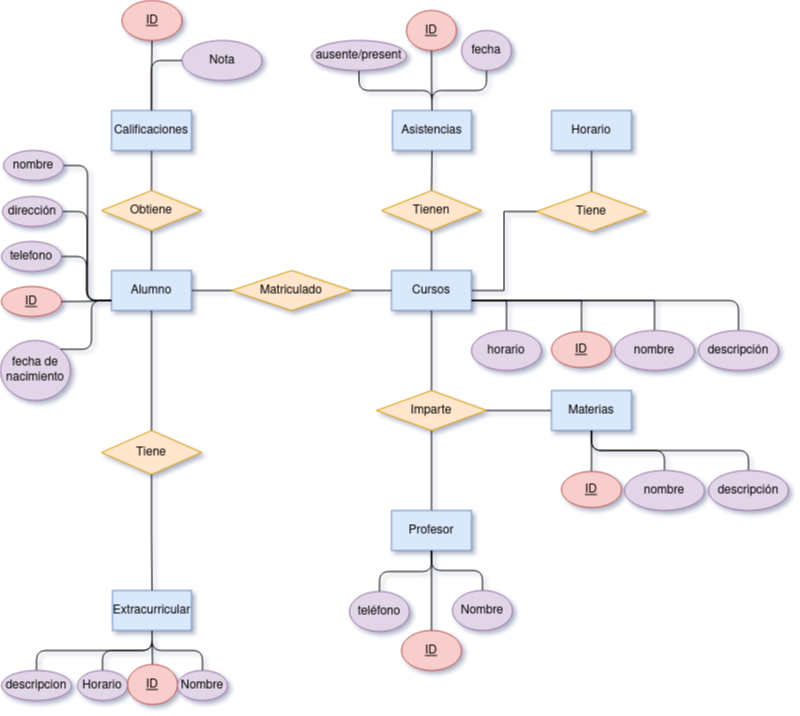
This is Unidad-1/Tareas/Tarea_evaluable1/tareaentregable.drawio.png from toninavhd/Base-datos, a draw.io export, as it was before one commit. Source tidied: cells renumbered, new cells last; positions are measured from the earlier drawing's top-left corner, leaving out a move shared by most shapes. The source it was exported from:
```xml
<mxGraphModel shadow="1">
  <root>
    <mxCell id="0" />
    <mxCell id="1" parent="0" />
    <mxCell id="2" style="edgeStyle=orthogonalEdgeStyle;rounded=0;jettySize=auto;html=1;exitX=1;exitY=0.5;exitDx=0;exitDy=0;entryX=0;entryY=0.5;entryDx=0;entryDy=0;endArrow=none;endFill=0;" parent="1" edge="1" source="3" target="8">
      <mxGeometry relative="1" as="geometry" />
    </mxCell>
    <mxCell id="3" value="Alumno" style="whiteSpace=wrap;html=1;fillColor=#dae8fc;strokeColor=#6c8ebf;" parent="1" vertex="1">
      <mxGeometry x="111" y="270" width="80" height="40" as="geometry" />
    </mxCell>
    <mxCell id="4" style="edgeStyle=orthogonalEdgeStyle;rounded=0;jettySize=auto;html=1;exitX=1;exitY=0.5;exitDx=0;exitDy=0;entryX=0;entryY=0.5;entryDx=0;entryDy=0;endArrow=none;endFill=0;" parent="1" edge="1" source="6" target="24">
      <mxGeometry relative="1" as="geometry" />
    </mxCell>
    <mxCell id="5" style="edgeStyle=orthogonalEdgeStyle;rounded=0;jettySize=auto;html=1;exitX=1;exitY=0.75;exitDx=0;exitDy=0;entryX=0.5;entryY=0;entryDx=0;entryDy=0;endArrow=none;endFill=0;" parent="1" edge="1" source="6" target="53">
      <mxGeometry relative="1" as="geometry" />
    </mxCell>
    <mxCell id="6" value="Cursos" style="whiteSpace=wrap;html=1;fillColor=#dae8fc;strokeColor=#6c8ebf;" parent="1" vertex="1">
      <mxGeometry x="391" y="270" width="80" height="40" as="geometry" />
    </mxCell>
    <mxCell id="7" style="edgeStyle=orthogonalEdgeStyle;rounded=0;jettySize=auto;html=1;exitX=1;exitY=0.5;exitDx=0;exitDy=0;entryX=0;entryY=0.5;entryDx=0;entryDy=0;endArrow=none;endFill=0;" parent="1" edge="1" source="8" target="6">
      <mxGeometry relative="1" as="geometry" />
    </mxCell>
    <mxCell id="8" value="Matriculado" style="rhombus;whiteSpace=wrap;html=1;fillColor=#ffe6cc;strokeColor=#d79b00;" parent="1" vertex="1">
      <mxGeometry x="231" y="270" width="120" height="40" as="geometry" />
    </mxCell>
    <mxCell id="9" style="edgeStyle=orthogonalEdgeStyle;rounded=0;jettySize=auto;html=1;exitX=0.5;exitY=0;exitDx=0;exitDy=0;entryX=0.5;entryY=1;entryDx=0;entryDy=0;endArrow=none;endFill=0;" parent="1" edge="1" source="11" target="13">
      <mxGeometry relative="1" as="geometry" />
    </mxCell>
    <mxCell id="10" style="edgeStyle=orthogonalEdgeStyle;rounded=0;jettySize=auto;html=1;exitX=0.5;exitY=1;exitDx=0;exitDy=0;entryX=0.5;entryY=0;entryDx=0;entryDy=0;endArrow=none;endFill=0;" parent="1" edge="1" source="11" target="33">
      <mxGeometry relative="1" as="geometry" />
    </mxCell>
    <mxCell id="11" value="Profesor" style="whiteSpace=wrap;html=1;fillColor=#dae8fc;strokeColor=#6c8ebf;" parent="1" vertex="1">
      <mxGeometry x="391" y="510" width="80" height="40" as="geometry" />
    </mxCell>
    <mxCell id="12" style="edgeStyle=orthogonalEdgeStyle;rounded=0;jettySize=auto;html=1;exitX=0.5;exitY=0;exitDx=0;exitDy=0;endArrow=none;endFill=0;" parent="1" edge="1" source="13" target="6">
      <mxGeometry relative="1" as="geometry" />
    </mxCell>
    <mxCell id="13" value="Imparte" style="rhombus;whiteSpace=wrap;html=1;fillColor=#ffe6cc;strokeColor=#d79b00;" parent="1" vertex="1">
      <mxGeometry x="376" y="390" width="110" height="40" as="geometry" />
    </mxCell>
    <mxCell id="14" style="edgeStyle=orthogonalEdgeStyle;rounded=0;jettySize=auto;html=1;exitX=0;exitY=0.5;exitDx=0;exitDy=0;entryX=1;entryY=0.5;entryDx=0;entryDy=0;endArrow=none;endFill=0;" parent="1" edge="1" source="15" target="13">
      <mxGeometry relative="1" as="geometry" />
    </mxCell>
    <mxCell id="15" value="Materias" style="whiteSpace=wrap;html=1;fillColor=#dae8fc;strokeColor=#6c8ebf;" parent="1" vertex="1">
      <mxGeometry x="551" y="390" width="80" height="40" as="geometry" />
    </mxCell>
    <mxCell id="16" style="edgeStyle=orthogonalEdgeStyle;rounded=1;jettySize=auto;html=1;exitX=1;exitY=0.5;exitDx=0;exitDy=0;endArrow=none;endFill=0;" parent="1" edge="1" source="17">
      <mxGeometry relative="1" as="geometry">
        <mxPoint x="111" y="300" as="targetPoint" />
      </mxGeometry>
    </mxCell>
    <mxCell id="17" value="&lt;u&gt;ID&lt;/u&gt;" style="ellipse;whiteSpace=wrap;html=1;fillColor=#f8cecc;strokeColor=#b85450;" parent="1" vertex="1">
      <mxGeometry x="1" y="286" width="60" height="30" as="geometry" />
    </mxCell>
    <mxCell id="18" style="edgeStyle=orthogonalEdgeStyle;rounded=1;jettySize=auto;html=1;exitX=1;exitY=0.5;exitDx=0;exitDy=0;entryX=0;entryY=0.75;entryDx=0;entryDy=0;endArrow=none;endFill=0;" parent="1" edge="1" source="19" target="3">
      <mxGeometry relative="1" as="geometry" />
    </mxCell>
    <mxCell id="19" value="telefono" style="ellipse;whiteSpace=wrap;html=1;fillColor=#e1d5e7;strokeColor=#9673a6;" parent="1" vertex="1">
      <mxGeometry x="1" y="241" width="60" height="30" as="geometry" />
    </mxCell>
    <mxCell id="20" style="edgeStyle=orthogonalEdgeStyle;rounded=1;jettySize=auto;html=1;exitX=1;exitY=0.5;exitDx=0;exitDy=0;entryX=0;entryY=0.75;entryDx=0;entryDy=0;endArrow=none;endFill=0;" parent="1" edge="1" source="21" target="3">
      <mxGeometry relative="1" as="geometry" />
    </mxCell>
    <mxCell id="21" value="dirección" style="ellipse;whiteSpace=wrap;html=1;fillColor=#e1d5e7;strokeColor=#9673a6;" parent="1" vertex="1">
      <mxGeometry x="2" y="196" width="60" height="30" as="geometry" />
    </mxCell>
    <mxCell id="22" style="edgeStyle=orthogonalEdgeStyle;rounded=0;jettySize=auto;html=1;exitX=0.5;exitY=1;exitDx=0;exitDy=0;entryX=0.5;entryY=0;entryDx=0;entryDy=0;endArrow=none;endFill=0;" parent="1" edge="1" source="23" target="24">
      <mxGeometry relative="1" as="geometry" />
    </mxCell>
    <mxCell id="23" value="Horario" style="whiteSpace=wrap;html=1;fillColor=#dae8fc;strokeColor=#6c8ebf;" parent="1" vertex="1">
      <mxGeometry x="551" y="110" width="80" height="40" as="geometry" />
    </mxCell>
    <mxCell id="24" value="Tiene" style="rhombus;whiteSpace=wrap;html=1;fillColor=#ffe6cc;strokeColor=#d79b00;" parent="1" vertex="1">
      <mxGeometry x="536" y="191" width="110" height="40" as="geometry" />
    </mxCell>
    <mxCell id="25" style="edgeStyle=orthogonalEdgeStyle;rounded=0;jettySize=auto;html=1;exitX=0.5;exitY=1;exitDx=0;exitDy=0;endArrow=none;endFill=0;" parent="1" edge="1" source="26">
      <mxGeometry relative="1" as="geometry">
        <mxPoint x="431" y="190" as="targetPoint" />
      </mxGeometry>
    </mxCell>
    <mxCell id="26" value="Asistencias" style="whiteSpace=wrap;html=1;fillColor=#dae8fc;strokeColor=#6c8ebf;" parent="1" vertex="1">
      <mxGeometry x="392" y="110" width="79" height="40" as="geometry" />
    </mxCell>
    <mxCell id="27" value="Extracurricular" style="whiteSpace=wrap;html=1;fillColor=#dae8fc;strokeColor=#6c8ebf;" parent="1" vertex="1">
      <mxGeometry x="112" y="590" width="79" height="40" as="geometry" />
    </mxCell>
    <mxCell id="28" style="edgeStyle=orthogonalEdgeStyle;rounded=0;jettySize=auto;html=1;exitX=0.5;exitY=0;exitDx=0;exitDy=0;entryX=0.5;entryY=1;entryDx=0;entryDy=0;endArrow=none;endFill=0;" parent="1" edge="1" source="30" target="3">
      <mxGeometry relative="1" as="geometry" />
    </mxCell>
    <mxCell id="29" style="edgeStyle=orthogonalEdgeStyle;rounded=0;jettySize=auto;html=1;exitX=0.5;exitY=1;exitDx=0;exitDy=0;entryX=0.5;entryY=0;entryDx=0;entryDy=0;endArrow=none;endFill=0;" parent="1" edge="1" source="30" target="27">
      <mxGeometry relative="1" as="geometry" />
    </mxCell>
    <mxCell id="30" value="Tiene" style="rhombus;whiteSpace=wrap;html=1;fillColor=#ffe6cc;strokeColor=#d79b00;" parent="1" vertex="1">
      <mxGeometry x="101" y="430" width="100" height="44" as="geometry" />
    </mxCell>
    <mxCell id="31" style="edgeStyle=orthogonalEdgeStyle;rounded=1;jettySize=auto;html=1;exitX=1;exitY=0;exitDx=0;exitDy=0;entryX=0;entryY=0.75;entryDx=0;entryDy=0;endArrow=none;endFill=0;" parent="1" edge="1" source="32" target="3">
      <mxGeometry relative="1" as="geometry">
        <Array as="points">
          <mxPoint x="91" y="349" />
          <mxPoint x="91" y="300" />
        </Array>
      </mxGeometry>
    </mxCell>
    <mxCell id="32" value="fecha de nacimiento" style="ellipse;whiteSpace=wrap;html=1;fillColor=#e1d5e7;strokeColor=#9673a6;" parent="1" vertex="1">
      <mxGeometry y="340" width="70" height="60" as="geometry" />
    </mxCell>
    <mxCell id="33" value="&lt;u&gt;ID&lt;/u&gt;" style="ellipse;whiteSpace=wrap;html=1;fillColor=#f8cecc;strokeColor=#b85450;" parent="1" vertex="1">
      <mxGeometry x="401" y="630" width="60" height="40" as="geometry" />
    </mxCell>
    <mxCell id="34" style="edgeStyle=orthogonalEdgeStyle;rounded=0;jettySize=auto;html=1;exitX=0.5;exitY=1;exitDx=0;exitDy=0;entryX=0.5;entryY=0;entryDx=0;entryDy=0;endArrow=none;endFill=0;" parent="1" edge="1" source="36" target="38">
      <mxGeometry relative="1" as="geometry" />
    </mxCell>
    <mxCell id="35" style="edgeStyle=orthogonalEdgeStyle;rounded=0;jettySize=auto;html=1;exitX=0.5;exitY=0;exitDx=0;exitDy=0;entryX=0.5;entryY=1;entryDx=0;entryDy=0;endArrow=none;endFill=0;" parent="1" edge="1" source="36" target="60">
      <mxGeometry relative="1" as="geometry" />
    </mxCell>
    <mxCell id="36" value="Calificaciones" style="whiteSpace=wrap;html=1;fillColor=#dae8fc;strokeColor=#6c8ebf;" parent="1" vertex="1">
      <mxGeometry x="111" y="110" width="80" height="40" as="geometry" />
    </mxCell>
    <mxCell id="37" style="edgeStyle=orthogonalEdgeStyle;rounded=0;jettySize=auto;html=1;exitX=0.5;exitY=1;exitDx=0;exitDy=0;entryX=0.5;entryY=0;entryDx=0;entryDy=0;endArrow=none;endFill=0;" parent="1" edge="1" source="38" target="3">
      <mxGeometry relative="1" as="geometry" />
    </mxCell>
    <mxCell id="38" value="Obtiene" style="rhombus;whiteSpace=wrap;html=1;fillColor=#ffe6cc;strokeColor=#d79b00;" parent="1" vertex="1">
      <mxGeometry x="101" y="190" width="100" height="40" as="geometry" />
    </mxCell>
    <mxCell id="39" style="edgeStyle=orthogonalEdgeStyle;rounded=1;jettySize=auto;html=1;exitX=0.5;exitY=0;exitDx=0;exitDy=0;entryX=0.5;entryY=1;entryDx=0;entryDy=0;endArrow=none;endFill=0;" parent="1" edge="1" source="40" target="11">
      <mxGeometry relative="1" as="geometry" />
    </mxCell>
    <mxCell id="40" value="Nombre" style="ellipse;whiteSpace=wrap;html=1;fillColor=#e1d5e7;strokeColor=#9673a6;" parent="1" vertex="1">
      <mxGeometry x="452" y="590" width="60" height="40" as="geometry" />
    </mxCell>
    <mxCell id="41" style="edgeStyle=orthogonalEdgeStyle;rounded=1;jettySize=auto;html=1;exitX=0.5;exitY=0;exitDx=0;exitDy=0;endArrow=none;endFill=0;" parent="1" edge="1" source="42">
      <mxGeometry relative="1" as="geometry">
        <mxPoint x="431" y="550" as="targetPoint" />
      </mxGeometry>
    </mxCell>
    <mxCell id="42" value="teléfono" style="ellipse;whiteSpace=wrap;html=1;fillColor=#e1d5e7;strokeColor=#9673a6;" parent="1" vertex="1">
      <mxGeometry x="349" y="591" width="60" height="40" as="geometry" />
    </mxCell>
    <mxCell id="43" style="edgeStyle=orthogonalEdgeStyle;rounded=1;jettySize=auto;html=1;exitX=1;exitY=0.5;exitDx=0;exitDy=0;entryX=0;entryY=0.75;entryDx=0;entryDy=0;endArrow=none;endFill=0;" parent="1" edge="1" source="44" target="3">
      <mxGeometry relative="1" as="geometry" />
    </mxCell>
    <mxCell id="44" value="nombre" style="ellipse;whiteSpace=wrap;html=1;fillColor=#e1d5e7;strokeColor=#9673a6;" parent="1" vertex="1">
      <mxGeometry x="3" y="150" width="60" height="30" as="geometry" />
    </mxCell>
    <mxCell id="45" style="edgeStyle=orthogonalEdgeStyle;rounded=0;jettySize=auto;html=1;exitX=0.5;exitY=1;exitDx=0;exitDy=0;entryX=0.5;entryY=0;entryDx=0;entryDy=0;endArrow=none;endFill=0;" parent="1" edge="1" source="46" target="6">
      <mxGeometry relative="1" as="geometry" />
    </mxCell>
    <mxCell id="46" value="Tienen" style="rhombus;whiteSpace=wrap;html=1;fillColor=#ffe6cc;strokeColor=#d79b00;" parent="1" vertex="1">
      <mxGeometry x="381" y="190" width="100" height="40" as="geometry" />
    </mxCell>
    <mxCell id="47" style="edgeStyle=orthogonalEdgeStyle;rounded=0;jettySize=auto;html=1;exitX=0.5;exitY=0;exitDx=0;exitDy=0;endArrow=none;endFill=0;" parent="1" edge="1" source="48" target="15">
      <mxGeometry relative="1" as="geometry" />
    </mxCell>
    <mxCell id="48" value="&lt;u&gt;ID&lt;/u&gt;" style="ellipse;whiteSpace=wrap;html=1;fillColor=#f8cecc;strokeColor=#b85450;" parent="1" vertex="1">
      <mxGeometry x="561" y="471" width="60" height="36" as="geometry" />
    </mxCell>
    <mxCell id="49" style="edgeStyle=orthogonalEdgeStyle;rounded=1;jettySize=auto;html=1;exitX=0.5;exitY=0;exitDx=0;exitDy=0;endArrow=none;endFill=0;" parent="1" edge="1" source="50" target="15">
      <mxGeometry relative="1" as="geometry" />
    </mxCell>
    <mxCell id="50" value="nombre" style="ellipse;whiteSpace=wrap;html=1;fillColor=#e1d5e7;strokeColor=#9673a6;" parent="1" vertex="1">
      <mxGeometry x="624" y="470" width="80" height="40" as="geometry" />
    </mxCell>
    <mxCell id="51" style="edgeStyle=orthogonalEdgeStyle;rounded=1;jettySize=auto;html=1;exitX=0.5;exitY=0;exitDx=0;exitDy=0;endArrow=none;endFill=0;" parent="1" edge="1" source="52" target="15">
      <mxGeometry relative="1" as="geometry" />
    </mxCell>
    <mxCell id="52" value="descripción" style="ellipse;whiteSpace=wrap;html=1;fillColor=#e1d5e7;strokeColor=#9673a6;" parent="1" vertex="1">
      <mxGeometry x="708" y="470" width="80" height="40" as="geometry" />
    </mxCell>
    <mxCell id="53" value="&lt;u&gt;ID&lt;/u&gt;" style="ellipse;whiteSpace=wrap;html=1;fillColor=#f8cecc;strokeColor=#b85450;" parent="1" vertex="1">
      <mxGeometry x="551" y="331" width="60" height="36" as="geometry" />
    </mxCell>
    <mxCell id="54" style="edgeStyle=orthogonalEdgeStyle;rounded=0;jettySize=auto;html=1;exitX=0.5;exitY=0;exitDx=0;exitDy=0;entryX=1;entryY=0.75;entryDx=0;entryDy=0;endArrow=none;endFill=0;" parent="1" edge="1" source="55" target="6">
      <mxGeometry relative="1" as="geometry" />
    </mxCell>
    <mxCell id="55" value="nombre" style="ellipse;whiteSpace=wrap;html=1;fillColor=#e1d5e7;strokeColor=#9673a6;" parent="1" vertex="1">
      <mxGeometry x="614" y="330" width="80" height="40" as="geometry" />
    </mxCell>
    <mxCell id="56" style="edgeStyle=orthogonalEdgeStyle;rounded=0;jettySize=auto;html=1;exitX=0.5;exitY=0;exitDx=0;exitDy=0;entryX=1;entryY=0.75;entryDx=0;entryDy=0;endArrow=none;endFill=0;" parent="1" edge="1" source="57" target="6">
      <mxGeometry relative="1" as="geometry" />
    </mxCell>
    <mxCell id="57" value="horario" style="ellipse;whiteSpace=wrap;html=1;fillColor=#e1d5e7;strokeColor=#9673a6;" parent="1" vertex="1">
      <mxGeometry x="471" y="330" width="70" height="40" as="geometry" />
    </mxCell>
    <mxCell id="58" style="edgeStyle=orthogonalEdgeStyle;rounded=1;jettySize=auto;html=1;exitX=0.5;exitY=0;exitDx=0;exitDy=0;entryX=1;entryY=0.75;entryDx=0;entryDy=0;endArrow=none;endFill=0;" parent="1" edge="1" source="59" target="6">
      <mxGeometry relative="1" as="geometry" />
    </mxCell>
    <mxCell id="59" value="descripción" style="ellipse;whiteSpace=wrap;html=1;fillColor=#e1d5e7;strokeColor=#9673a6;" parent="1" vertex="1">
      <mxGeometry x="698" y="330" width="80" height="40" as="geometry" />
    </mxCell>
    <mxCell id="60" value="&lt;u&gt;ID&lt;/u&gt;" style="ellipse;whiteSpace=wrap;html=1;fillColor=#f8cecc;strokeColor=#b85450;" parent="1" vertex="1">
      <mxGeometry x="121.5" width="60" height="40" as="geometry" />
    </mxCell>
    <mxCell id="61" style="edgeStyle=orthogonalEdgeStyle;rounded=1;jettySize=auto;html=1;exitX=0;exitY=0.5;exitDx=0;exitDy=0;endArrow=none;endFill=0;" parent="1" edge="1" source="62" target="36">
      <mxGeometry relative="1" as="geometry" />
    </mxCell>
    <mxCell id="62" value="Nota" style="ellipse;whiteSpace=wrap;html=1;fillColor=#e1d5e7;strokeColor=#9673a6;" parent="1" vertex="1">
      <mxGeometry x="181.5" y="40" width="80" height="40" as="geometry" />
    </mxCell>
    <mxCell id="63" style="edgeStyle=orthogonalEdgeStyle;rounded=0;jettySize=auto;html=1;exitX=0.5;exitY=1;exitDx=0;exitDy=0;entryX=0.5;entryY=0;entryDx=0;entryDy=0;endArrow=none;endFill=0;" parent="1" edge="1" source="64" target="26">
      <mxGeometry relative="1" as="geometry" />
    </mxCell>
    <mxCell id="64" value="&lt;u&gt;ID&lt;/u&gt;" style="ellipse;whiteSpace=wrap;html=1;fillColor=#f8cecc;strokeColor=#b85450;" parent="1" vertex="1">
      <mxGeometry x="406" y="10" width="50" height="40" as="geometry" />
    </mxCell>
    <mxCell id="65" style="edgeStyle=orthogonalEdgeStyle;rounded=1;jettySize=auto;html=1;exitX=0.5;exitY=1;exitDx=0;exitDy=0;entryX=0.5;entryY=0;entryDx=0;entryDy=0;endArrow=none;endFill=0;" parent="1" edge="1" source="66" target="26">
      <mxGeometry relative="1" as="geometry" />
    </mxCell>
    <mxCell id="66" value="fecha" style="ellipse;whiteSpace=wrap;html=1;fillColor=#e1d5e7;strokeColor=#9673a6;" parent="1" vertex="1">
      <mxGeometry x="461" y="30" width="50" height="40" as="geometry" />
    </mxCell>
    <mxCell id="67" style="edgeStyle=orthogonalEdgeStyle;rounded=1;jettySize=auto;html=1;exitX=0.5;exitY=1;exitDx=0;exitDy=0;endArrow=none;endFill=0;" parent="1" edge="1" source="68" target="26">
      <mxGeometry relative="1" as="geometry" />
    </mxCell>
    <mxCell id="68" value="ausente/present" style="ellipse;whiteSpace=wrap;html=1;fillColor=#e1d5e7;strokeColor=#9673a6;" parent="1" vertex="1">
      <mxGeometry x="311" y="40" width="95" height="30" as="geometry" />
    </mxCell>
    <mxCell id="69" style="edgeStyle=orthogonalEdgeStyle;rounded=0;jettySize=auto;html=1;exitX=0.5;exitY=0;exitDx=0;exitDy=0;entryX=0.5;entryY=1;entryDx=0;entryDy=0;endArrow=none;endFill=0;" parent="1" edge="1" source="70" target="27">
      <mxGeometry relative="1" as="geometry" />
    </mxCell>
    <mxCell id="70" value="&lt;u&gt;ID&lt;/u&gt;" style="ellipse;whiteSpace=wrap;html=1;fillColor=#f8cecc;strokeColor=#b85450;" parent="1" vertex="1">
      <mxGeometry x="127" y="664" width="50" height="40" as="geometry" />
    </mxCell>
    <mxCell id="71" style="edgeStyle=orthogonalEdgeStyle;rounded=1;jettySize=auto;html=1;exitX=0.5;exitY=0;exitDx=0;exitDy=0;entryX=0.5;entryY=1;entryDx=0;entryDy=0;endArrow=none;endFill=0;" parent="1" edge="1" source="72" target="27">
      <mxGeometry relative="1" as="geometry" />
    </mxCell>
    <mxCell id="72" value="Nombre" style="ellipse;whiteSpace=wrap;html=1;fillColor=#e1d5e7;strokeColor=#9673a6;" parent="1" vertex="1">
      <mxGeometry x="177" y="670" width="50" height="30" as="geometry" />
    </mxCell>
    <mxCell id="73" style="edgeStyle=orthogonalEdgeStyle;rounded=1;jettySize=auto;html=1;exitX=0.5;exitY=0;exitDx=0;exitDy=0;entryX=0.5;entryY=1;entryDx=0;entryDy=0;endArrow=none;endFill=0;" parent="1" edge="1" source="74" target="27">
      <mxGeometry relative="1" as="geometry" />
    </mxCell>
    <mxCell id="74" value="Horario" style="ellipse;whiteSpace=wrap;html=1;fillColor=#e1d5e7;strokeColor=#9673a6;" parent="1" vertex="1">
      <mxGeometry x="77" y="670" width="50" height="30" as="geometry" />
    </mxCell>
    <mxCell id="75" style="edgeStyle=orthogonalEdgeStyle;rounded=1;jettySize=auto;html=1;exitX=0.5;exitY=0;exitDx=0;exitDy=0;entryX=0.5;entryY=1;entryDx=0;entryDy=0;endArrow=none;endFill=0;" parent="1" edge="1" source="76" target="27">
      <mxGeometry relative="1" as="geometry" />
    </mxCell>
    <mxCell id="76" value="descripcion" style="ellipse;whiteSpace=wrap;html=1;fillColor=#e1d5e7;strokeColor=#9673a6;" parent="1" vertex="1">
      <mxGeometry x="1" y="670" width="70" height="30" as="geometry" />
    </mxCell>
  </root>
</mxGraphModel>
```
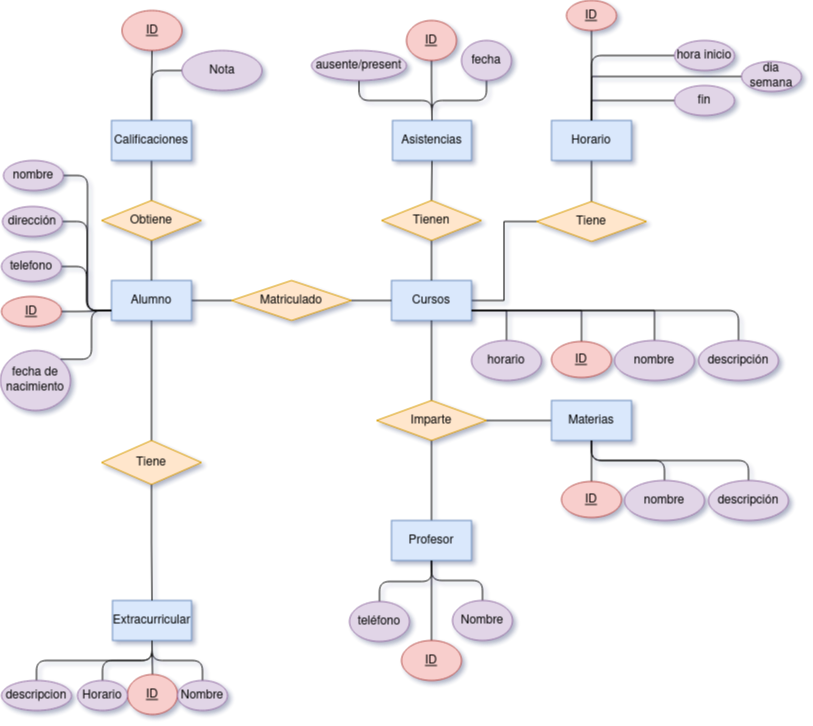
The same file after the commit.

Change to the diagram source:
```diff
@@ -238,5 +238,31 @@
     <mxCell id="76" value="descripcion" style="ellipse;whiteSpace=wrap;html=1;fillColor=#e1d5e7;strokeColor=#9673a6;" parent="1" vertex="1">
       <mxGeometry x="1" y="670" width="70" height="30" as="geometry" />
     </mxCell>
+    <mxCell id="77" style="edgeStyle=orthogonalEdgeStyle;rounded=0;jettySize=auto;html=1;exitX=0.5;exitY=1;exitDx=0;exitDy=0;entryX=0.5;entryY=0;entryDx=0;entryDy=0;endArrow=none;endFill=0;" parent="1" edge="1" source="78" target="23">
+      <mxGeometry relative="1" as="geometry" />
+    </mxCell>
+    <mxCell id="78" value="&lt;u&gt;ID&lt;/u&gt;" style="ellipse;whiteSpace=wrap;html=1;fillColor=#f8cecc;strokeColor=#b85450;" parent="1" vertex="1">
+      <mxGeometry x="566" y="-10" width="50" height="30" as="geometry" />
+    </mxCell>
+    <mxCell id="79" style="edgeStyle=orthogonalEdgeStyle;rounded=1;jettySize=auto;html=1;exitX=0;exitY=0.5;exitDx=0;exitDy=0;entryX=0.5;entryY=0;entryDx=0;entryDy=0;endArrow=none;endFill=0;" parent="1" edge="1" source="80" target="23">
+      <mxGeometry relative="1" as="geometry" />
+    </mxCell>
+    <mxCell id="80" value="hora inicio" style="ellipse;whiteSpace=wrap;html=1;fillColor=#e1d5e7;strokeColor=#9673a6;" parent="1" vertex="1">
+      <mxGeometry x="674" y="30" width="60" height="30" as="geometry" />
+    </mxCell>
+    <mxCell id="81" style="edgeStyle=orthogonalEdgeStyle;rounded=0;jettySize=auto;html=1;exitX=0;exitY=0.5;exitDx=0;exitDy=0;endArrow=none;endFill=0;" parent="1" edge="1" source="82">
+      <mxGeometry relative="1" as="geometry">
+        <mxPoint x="591" y="110" as="targetPoint" />
+      </mxGeometry>
+    </mxCell>
+    <mxCell id="82" value="dia semana" style="ellipse;whiteSpace=wrap;html=1;fillColor=#e1d5e7;strokeColor=#9673a6;" parent="1" vertex="1">
+      <mxGeometry x="741" y="51" width="60" height="30" as="geometry" />
+    </mxCell>
+    <mxCell id="83" style="edgeStyle=orthogonalEdgeStyle;rounded=0;jettySize=auto;html=1;exitX=0;exitY=0.5;exitDx=0;exitDy=0;entryX=0.5;entryY=0;entryDx=0;entryDy=0;endArrow=none;endFill=0;" parent="1" edge="1" source="84" target="23">
+      <mxGeometry relative="1" as="geometry" />
+    </mxCell>
+    <mxCell id="84" value="fin" style="ellipse;whiteSpace=wrap;html=1;fillColor=#e1d5e7;strokeColor=#9673a6;" parent="1" vertex="1">
+      <mxGeometry x="674" y="75" width="60" height="30" as="geometry" />
+    </mxCell>
   </root>
 </mxGraphModel>
```
